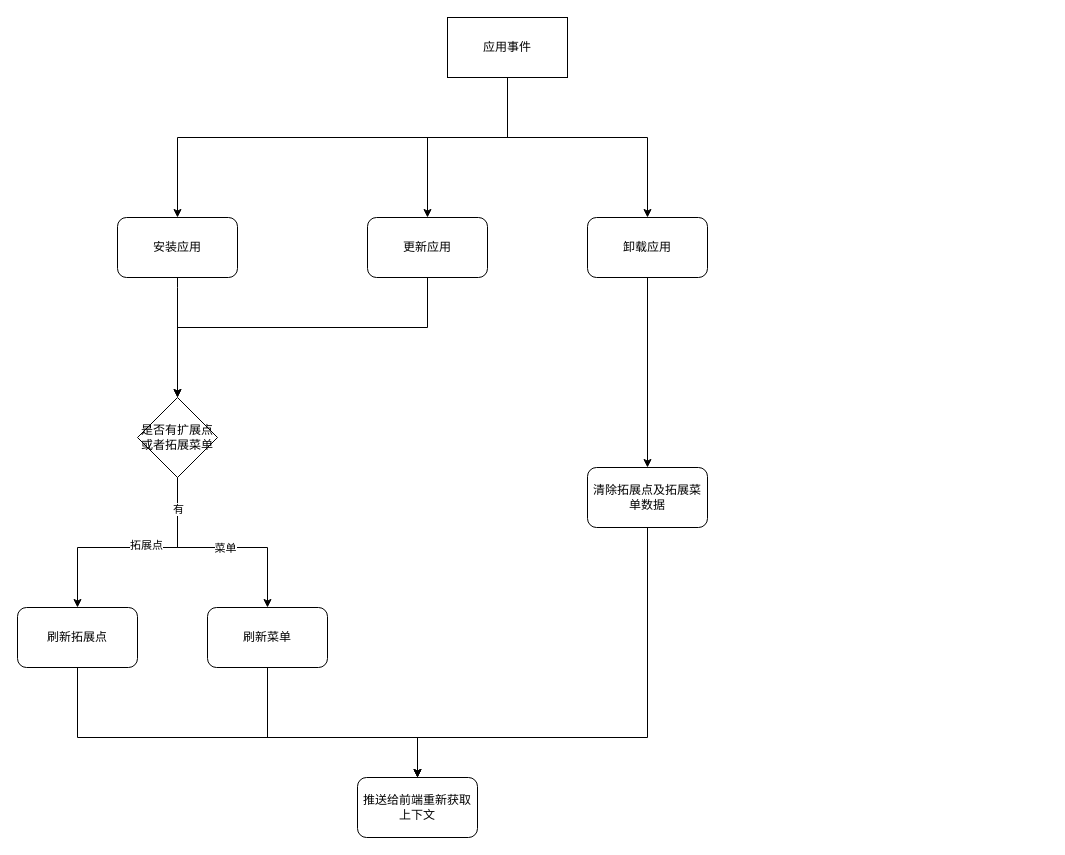
This is Untitled Diagram.drawio from langlanglanglanglang/diagrams, a draw.io file, before an edit. Source tidied: cells renumbered, new cells numbered last; positions are measured from the earlier drawing's top-left corner, leaving out a move shared by most shapes. Both pictures are drawn from the tidied source at 100%, with x=0, y=0 at pixel (17, 17).
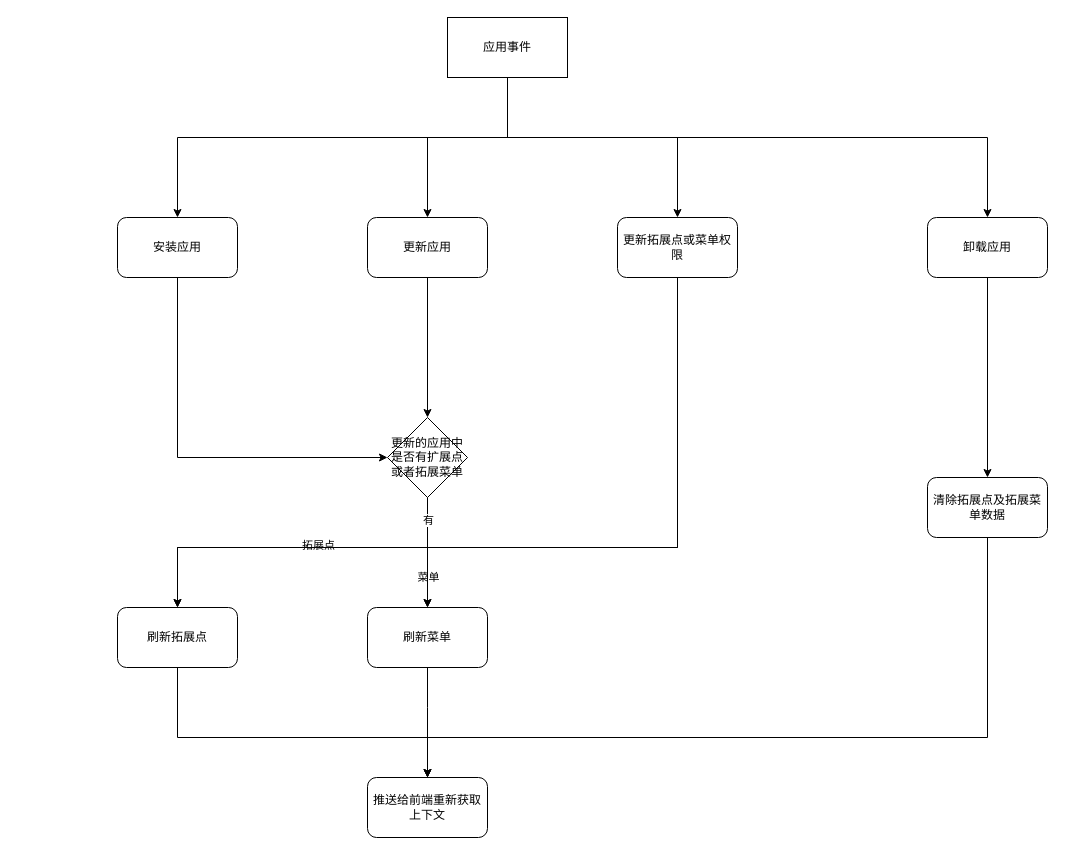
The same diagram, later.

Unchanged cells that the change refers to:
```xml
<mxCell id="3" value="安装应用" style="rounded=1;whiteSpace=wrap;html=1;" parent="1" vertex="1">
  <mxGeometry x="100" y="200" width="120" height="60" as="geometry" />
</mxCell>
<mxCell id="13" value="应用事件" style="rounded=0;whiteSpace=wrap;html=1;" parent="1" vertex="1">
  <mxGeometry x="430" width="120" height="60" as="geometry" />
</mxCell>
<mxCell id="20" value="更新应用" style="rounded=1;whiteSpace=wrap;html=1;" parent="1" vertex="1">
  <mxGeometry x="350" y="200" width="120" height="60" as="geometry" />
</mxCell>
```

The edit, as a diff of the source:
```diff
@@
     <mxCell id="2" style="edgeStyle=orthogonalEdgeStyle;rounded=0;jettySize=auto;html=1;" parent="1" edge="1" source="3" target="9">
       <mxGeometry relative="1" as="geometry">
         <Array as="points">
-          <mxPoint x="160" y="270" />
-          <mxPoint x="160" y="270" />
+          <mxPoint x="160" y="440" />
         </Array>
       </mxGeometry>
     </mxCell>
@@
     <mxCell id="4" style="edgeStyle=orthogonalEdgeStyle;rounded=0;jettySize=auto;html=1;entryX=0.5;entryY=0;entryDx=0;entryDy=0;" parent="1" edge="1" source="9" target="15">
       <mxGeometry relative="1" as="geometry">
         <Array as="points">
+          <mxPoint x="410" y="530" />
           <mxPoint x="160" y="530" />
-          <mxPoint x="60" y="530" />
         </Array>
       </mxGeometry>
     </mxCell>
@@
     <mxCell id="6" style="edgeStyle=orthogonalEdgeStyle;rounded=0;jettySize=auto;html=1;" parent="1" edge="1" source="9" target="17">
       <mxGeometry relative="1" as="geometry">
         <Array as="points">
-          <mxPoint x="160" y="530" />
-          <mxPoint x="250" y="530" />
+          <mxPoint x="420" y="620" />
         </Array>
       </mxGeometry>
     </mxCell>
     <mxCell id="7" value="菜单" style="edgeLabel;html=1;align=center;verticalAlign=middle;" parent="6" vertex="1">
       <mxGeometry x="0.17" y="-2" relative="1" as="geometry">
-        <mxPoint x="-12" y="-2" as="offset" />
+        <mxPoint x="2" y="15" as="offset" />
       </mxGeometry>
     </mxCell>
@@
-    <mxCell id="9" value="是否有扩展点或者拓展菜单" style="rhombus;whiteSpace=wrap;html=1;" parent="1" vertex="1">
-      <mxGeometry x="120" y="380" width="80" height="80" as="geometry" />
+    <mxCell id="9" value="更新的应用中是否有扩展点或者拓展菜单" style="rhombus;whiteSpace=wrap;html=1;" parent="1" vertex="1">
+      <mxGeometry x="370" y="400" width="80" height="80" as="geometry" />
     </mxCell>
@@
     <mxCell id="12" style="edgeStyle=orthogonalEdgeStyle;rounded=0;jettySize=auto;html=1;" parent="1" edge="1" source="13" target="22">
       <mxGeometry relative="1" as="geometry">
         <Array as="points">
           <mxPoint x="490" y="120" />
-          <mxPoint x="630" y="120" />
+          <mxPoint x="970" y="120" />
         </Array>
       </mxGeometry>
     </mxCell>
+    <mxCell id="25" style="edgeStyle=orthogonalEdgeStyle;rounded=0;jettySize=auto;html=1;" parent="1" edge="1" source="13" target="28">
+      <mxGeometry relative="1" as="geometry">
+        <Array as="points">
+          <mxPoint x="490" y="120" />
+          <mxPoint x="660" y="120" />
+        </Array>
+      </mxGeometry>
+    </mxCell>
@@
     <mxCell id="14" style="edgeStyle=orthogonalEdgeStyle;rounded=0;jettySize=auto;html=1;" parent="1" edge="1" source="15" target="18">
       <mxGeometry relative="1" as="geometry">
         <Array as="points">
-          <mxPoint x="60" y="720" />
-          <mxPoint x="400" y="720" />
+          <mxPoint x="160" y="720" />
+          <mxPoint x="410" y="720" />
         </Array>
       </mxGeometry>
     </mxCell>
     <mxCell id="15" value="刷新拓展点" style="rounded=1;whiteSpace=wrap;html=1;" parent="1" vertex="1">
-      <mxGeometry y="590" width="120" height="60" as="geometry" />
+      <mxGeometry x="100" y="590" width="120" height="60" as="geometry" />
     </mxCell>
     <mxCell id="16" style="edgeStyle=orthogonalEdgeStyle;rounded=0;jettySize=auto;html=1;" parent="1" edge="1" source="17" target="18">
       <mxGeometry relative="1" as="geometry">
         <Array as="points">
-          <mxPoint x="250" y="720" />
-          <mxPoint x="400" y="720" />
+          <mxPoint x="410" y="690" />
+          <mxPoint x="410" y="690" />
         </Array>
       </mxGeometry>
     </mxCell>
     <mxCell id="17" value="刷新菜单" style="rounded=1;whiteSpace=wrap;html=1;" parent="1" vertex="1">
-      <mxGeometry x="190" y="590" width="120" height="60" as="geometry" />
+      <mxGeometry x="350" y="590" width="120" height="60" as="geometry" />
     </mxCell>
     <mxCell id="18" value="推送给前端重新获取上下文" style="rounded=1;whiteSpace=wrap;html=1;" parent="1" vertex="1">
-      <mxGeometry x="340" y="760" width="120" height="60" as="geometry" />
+      <mxGeometry x="350" y="760" width="120" height="60" as="geometry" />
     </mxCell>
     <mxCell id="19" style="edgeStyle=orthogonalEdgeStyle;rounded=0;jettySize=auto;html=1;entryX=0.5;entryY=0;entryDx=0;entryDy=0;" parent="1" edge="1" source="20" target="9">
       <mxGeometry relative="1" as="geometry">
         <Array as="points">
-          <mxPoint x="410" y="310" />
-          <mxPoint x="160" y="310" />
+          <mxPoint x="410" y="400" />
         </Array>
       </mxGeometry>
     </mxCell>
@@
     <mxCell id="21" style="edgeStyle=orthogonalEdgeStyle;rounded=0;jettySize=auto;html=1;" parent="1" edge="1" source="22" target="24">
-      <mxGeometry relative="1" as="geometry" />
+      <mxGeometry relative="1" as="geometry">
+        <Array as="points">
+          <mxPoint x="1010" y="480" />
+        </Array>
+      </mxGeometry>
     </mxCell>
     <mxCell id="22" value="卸载应用" style="rounded=1;whiteSpace=wrap;html=1;" parent="1" vertex="1">
-      <mxGeometry x="570" y="200" width="120" height="60" as="geometry" />
+      <mxGeometry x="910" y="200" width="120" height="60" as="geometry" />
     </mxCell>
     <mxCell id="23" style="edgeStyle=orthogonalEdgeStyle;rounded=0;jettySize=auto;html=1;entryX=0.5;entryY=0;entryDx=0;entryDy=0;" parent="1" edge="1" source="24" target="18">
       <mxGeometry relative="1" as="geometry">
         <Array as="points">
-          <mxPoint x="630" y="720" />
-          <mxPoint x="400" y="720" />
+          <mxPoint x="970" y="720" />
+          <mxPoint x="410" y="720" />
         </Array>
       </mxGeometry>
     </mxCell>
     <mxCell id="24" value="清除拓展点及拓展菜单数据" style="rounded=1;whiteSpace=wrap;html=1;" parent="1" vertex="1">
-      <mxGeometry x="570" y="450" width="120" height="60" as="geometry" />
+      <mxGeometry x="910" y="460" width="120" height="60" as="geometry" />
     </mxCell>
+    <mxCell id="26" style="edgeStyle=orthogonalEdgeStyle;rounded=0;jettySize=auto;html=1;entryX=0.5;entryY=0;entryDx=0;entryDy=0;" parent="1" edge="1" source="28" target="17">
+      <mxGeometry relative="1" as="geometry">
+        <Array as="points">
+          <mxPoint x="660" y="530" />
+          <mxPoint x="410" y="530" />
+        </Array>
+      </mxGeometry>
+    </mxCell>
+    <mxCell id="27" style="edgeStyle=orthogonalEdgeStyle;rounded=0;jettySize=auto;html=1;" parent="1" edge="1" source="28" target="15">
+      <mxGeometry relative="1" as="geometry">
+        <Array as="points">
+          <mxPoint x="660" y="530" />
+          <mxPoint x="160" y="530" />
+        </Array>
+      </mxGeometry>
+    </mxCell>
+    <mxCell id="28" value="更新拓展点或菜单权限" style="rounded=1;whiteSpace=wrap;html=1;" parent="1" vertex="1">
+      <mxGeometry x="600" y="200" width="120" height="60" as="geometry" />
+    </mxCell>
```
